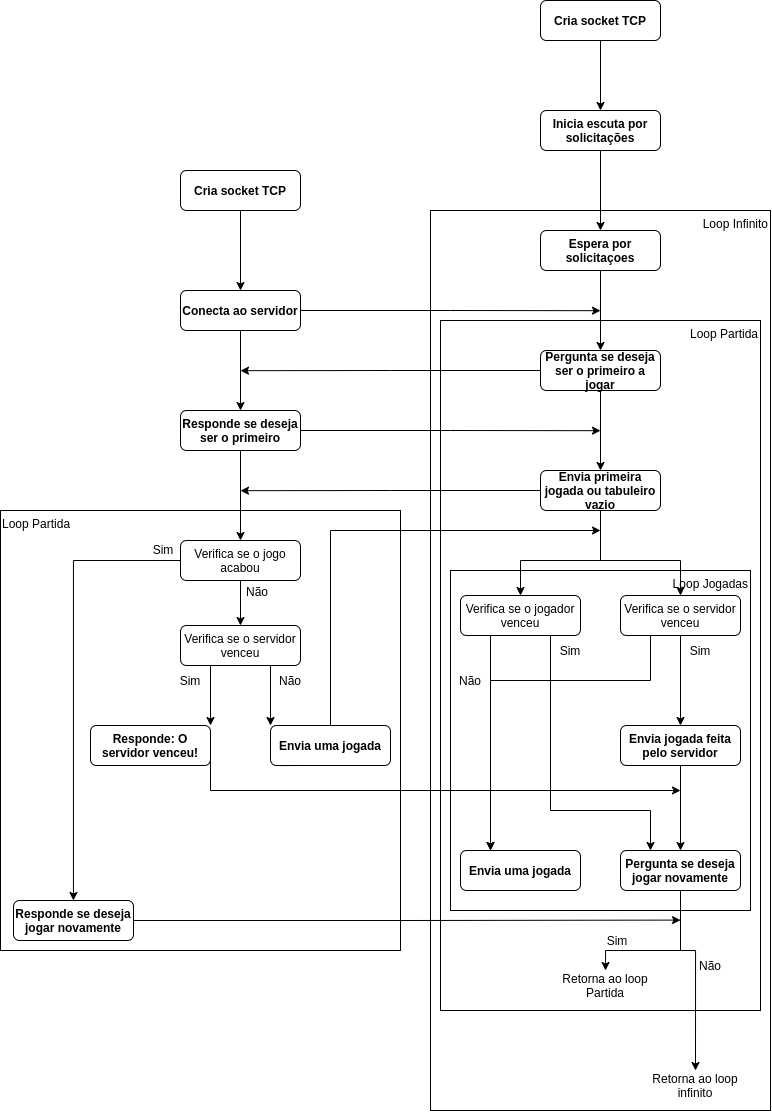
Before: protocolo.drawio.png, a diagram exported from draw.io (jumidlej/jogo-da-velha). Source tidied: cells renumbered, new cells last; positions are measured from the earlier drawing's top-left corner, leaving out a move shared by most shapes.
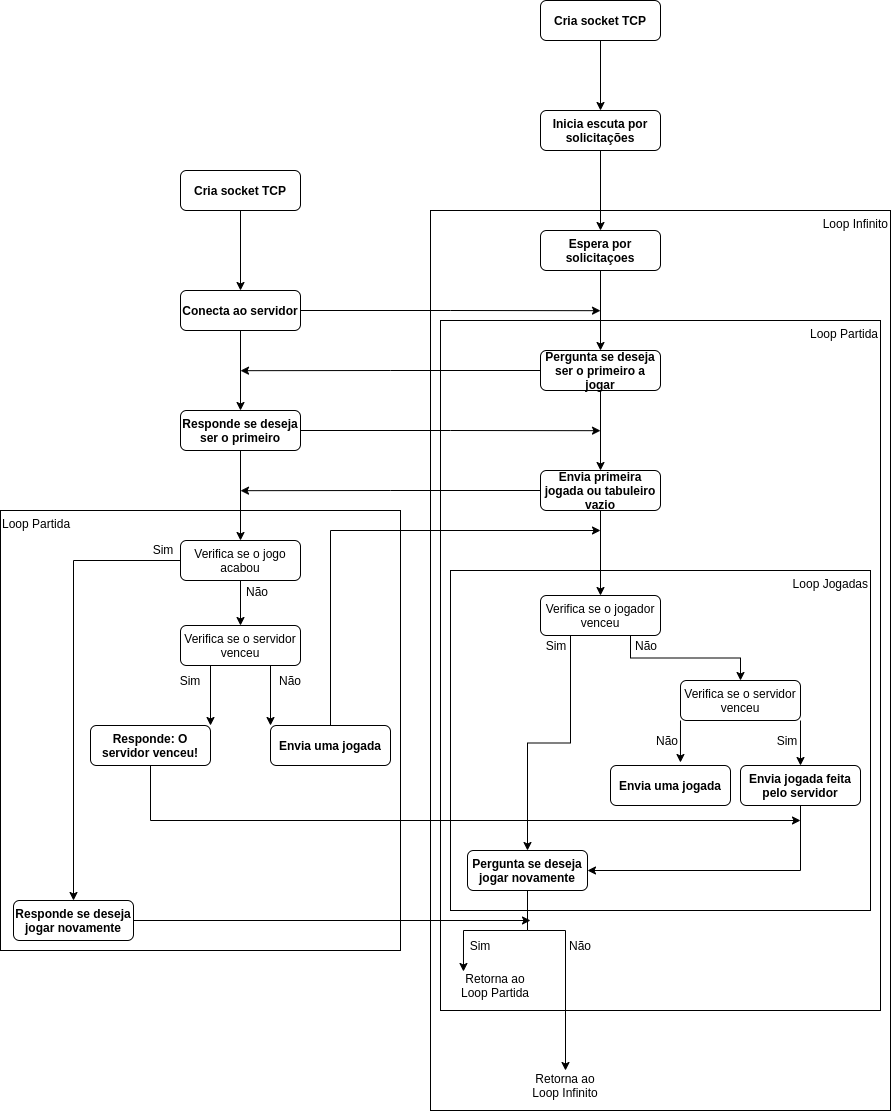
Later version of the same file.

Change to the diagram source:
```diff
@@ -15,13 +15,13 @@
       <mxGeometry x="540" y="110" width="120" height="40" as="geometry" />
     </mxCell>
     <mxCell id="6" value="Loop Infinito" style="rounded=0;whiteSpace=wrap;html=1;fontSize=12;glass=0;strokeWidth=1;shadow=0;align=right;verticalAlign=top;" parent="1" vertex="1">
-      <mxGeometry x="430" y="210" width="340" height="900" as="geometry" />
+      <mxGeometry x="430" y="210" width="460" height="900" as="geometry" />
     </mxCell>
     <mxCell id="7" value="Espera por solicitaçoes" style="rounded=1;whiteSpace=wrap;html=1;fontSize=12;glass=0;strokeWidth=1;shadow=0;fontStyle=1;" parent="1" vertex="1">
       <mxGeometry x="540" y="230" width="120" height="40" as="geometry" />
     </mxCell>
     <mxCell id="8" value="Loop Partida" style="rounded=0;whiteSpace=wrap;html=1;align=right;verticalAlign=top;" parent="1" vertex="1">
-      <mxGeometry x="440" y="320" width="320" height="690" as="geometry" />
+      <mxGeometry x="440" y="320" width="440" height="690" as="geometry" />
     </mxCell>
     <mxCell id="9" style="edgeStyle=orthogonalEdgeStyle;rounded=0;jettySize=auto;html=1;exitX=0.5;exitY=1;exitDx=0;exitDy=0;" parent="1" edge="1" source="11" target="16">
       <mxGeometry relative="1" as="geometry" />
@@ -54,7 +54,7 @@
       <mxGeometry x="540" y="470" width="120" height="40" as="geometry" />
     </mxCell>
     <mxCell id="17" value="Loop Jogadas" style="rounded=0;whiteSpace=wrap;html=1;align=right;verticalAlign=top;" parent="1" vertex="1">
-      <mxGeometry x="450" y="570" width="300" height="340" as="geometry" />
+      <mxGeometry x="450" y="570" width="420" height="340" as="geometry" />
     </mxCell>
     <mxCell id="18" style="edgeStyle=orthogonalEdgeStyle;rounded=0;jettySize=auto;html=1;exitX=0.75;exitY=1;exitDx=0;exitDy=0;entryX=0;entryY=0;entryDx=0;entryDy=0;" parent="1" edge="1" source="20" target="47">
       <mxGeometry relative="1" as="geometry" />
@@ -66,69 +66,54 @@
       <mxGeometry x="180" y="625" width="120" height="40" as="geometry" />
     </mxCell>
     <mxCell id="21" value="Envia uma jogada" style="rounded=1;whiteSpace=wrap;html=1;fontSize=12;glass=0;strokeWidth=1;shadow=0;fontStyle=1;" parent="1" vertex="1">
-      <mxGeometry x="460" y="850" width="120" height="40" as="geometry" />
+      <mxGeometry x="610" y="765" width="120" height="40" as="geometry" />
     </mxCell>
+    <mxCell id="63" style="edgeStyle=orthogonalEdgeStyle;rounded=0;jettySize=auto;html=1;exitX=0.75;exitY=1;exitDx=0;exitDy=0;entryX=0.5;entryY=0;entryDx=0;entryDy=0;" parent="1" edge="1" source="24" target="27">
+      <mxGeometry relative="1" as="geometry" />
+    </mxCell>
-    <mxCell id="22" style="rounded=0;jettySize=auto;html=1;exitX=0.75;exitY=1;exitDx=0;exitDy=0;entryX=0.25;entryY=0;entryDx=0;entryDy=0;edgeStyle=orthogonalEdgeStyle;" parent="1" edge="1" source="24" target="32">
-      <mxGeometry relative="1" as="geometry">
-        <Array as="points">
-          <mxPoint x="550" y="810" />
-          <mxPoint x="650" y="810" />
-        </Array>
-      </mxGeometry>
+    <mxCell id="22" style="edgeStyle=orthogonalEdgeStyle;rounded=0;jettySize=auto;html=1;exitX=0.25;exitY=1;exitDx=0;exitDy=0;" parent="1" edge="1" source="24" target="32">
+      <mxGeometry relative="1" as="geometry" />
     </mxCell>
-    <mxCell id="23" style="edgeStyle=none;rounded=0;jettySize=auto;html=1;exitX=0.25;exitY=1;exitDx=0;exitDy=0;entryX=0.25;entryY=0;entryDx=0;entryDy=0;" parent="1" edge="1" source="24" target="21">
-      <mxGeometry relative="1" as="geometry" />
-    </mxCell>
     <mxCell id="24" value="Verifica se o jogador venceu" style="rounded=1;whiteSpace=wrap;html=1;fontSize=12;glass=0;strokeWidth=1;shadow=0;" parent="1" vertex="1">
-      <mxGeometry x="460" y="595" width="120" height="40" as="geometry" />
+      <mxGeometry x="540" y="595" width="120" height="40" as="geometry" />
     </mxCell>
-    <mxCell id="25" style="edgeStyle=orthogonalEdgeStyle;rounded=0;jettySize=auto;html=1;exitX=0.5;exitY=1;exitDx=0;exitDy=0;" parent="1" edge="1" source="27" target="29">
+    <mxCell id="25" style="edgeStyle=orthogonalEdgeStyle;rounded=0;jettySize=auto;html=1;exitX=1;exitY=1;exitDx=0;exitDy=0;entryX=0.5;entryY=0;entryDx=0;entryDy=0;" parent="1" edge="1" source="27" target="29">
       <mxGeometry relative="1" as="geometry" />
     </mxCell>
-    <mxCell id="26" style="edgeStyle=orthogonalEdgeStyle;rounded=0;jettySize=auto;html=1;exitX=0.25;exitY=1;exitDx=0;exitDy=0;entryX=0.25;entryY=0;entryDx=0;entryDy=0;" parent="1" edge="1" source="27" target="21">
-      <mxGeometry relative="1" as="geometry">
-        <Array as="points">
-          <mxPoint x="650" y="680" />
-          <mxPoint x="490" y="680" />
-        </Array>
-      </mxGeometry>
+    <mxCell id="26" style="edgeStyle=orthogonalEdgeStyle;rounded=0;jettySize=auto;html=1;exitX=0;exitY=1;exitDx=0;exitDy=0;entryX=0.583;entryY=-0.075;entryDx=0;entryDy=0;entryPerimeter=0;" parent="1" edge="1" source="27" target="21">
+      <mxGeometry relative="1" as="geometry" />
     </mxCell>
     <mxCell id="27" value="Verifica se o servidor venceu" style="rounded=1;whiteSpace=wrap;html=1;fontSize=12;glass=0;strokeWidth=1;shadow=0;" parent="1" vertex="1">
-      <mxGeometry x="620" y="595" width="120" height="40" as="geometry" />
+      <mxGeometry x="680" y="680" width="120" height="40" as="geometry" />
     </mxCell>
-    <mxCell id="28" style="edgeStyle=orthogonalEdgeStyle;rounded=0;jettySize=auto;html=1;exitX=0.5;exitY=1;exitDx=0;exitDy=0;entryX=0.5;entryY=0;entryDx=0;entryDy=0;" parent="1" edge="1" source="29" target="32">
+    <mxCell id="28" style="edgeStyle=orthogonalEdgeStyle;rounded=0;jettySize=auto;html=1;exitX=0.5;exitY=1;exitDx=0;exitDy=0;entryX=1;entryY=0.5;entryDx=0;entryDy=0;" parent="1" edge="1" source="29" target="32">
       <mxGeometry relative="1" as="geometry" />
     </mxCell>
     <mxCell id="29" value="Envia jogada feita pelo servidor" style="rounded=1;whiteSpace=wrap;html=1;fontSize=12;glass=0;strokeWidth=1;shadow=0;fontStyle=1;" parent="1" vertex="1">
-      <mxGeometry x="620" y="725" width="120" height="40" as="geometry" />
+      <mxGeometry x="740" y="765" width="120" height="40" as="geometry" />
     </mxCell>
-    <mxCell id="30" style="edgeStyle=orthogonalEdgeStyle;rounded=0;jettySize=auto;html=1;exitX=0.5;exitY=1;exitDx=0;exitDy=0;entryX=0.5;entryY=0;entryDx=0;entryDy=0;" parent="1" edge="1" source="32" target="57">
-      <mxGeometry relative="1" as="geometry">
-        <Array as="points">
-          <mxPoint x="680" y="950" />
-          <mxPoint x="605" y="950" />
-        </Array>
-      </mxGeometry>
+    <mxCell id="30" style="edgeStyle=orthogonalEdgeStyle;rounded=0;jettySize=auto;html=1;exitX=0.5;exitY=1;exitDx=0;exitDy=0;entryX=0.144;entryY=0.033;entryDx=0;entryDy=0;entryPerimeter=0;" parent="1" edge="1" source="32" target="57">
+      <mxGeometry relative="1" as="geometry" />
     </mxCell>
     <mxCell id="31" style="edgeStyle=orthogonalEdgeStyle;rounded=0;jettySize=auto;html=1;exitX=0.5;exitY=1;exitDx=0;exitDy=0;entryX=0.5;entryY=0;entryDx=0;entryDy=0;" parent="1" edge="1" source="32" target="58">
       <mxGeometry relative="1" as="geometry">
         <Array as="points">
-          <mxPoint x="680" y="950" />
-          <mxPoint x="695" y="950" />
+          <mxPoint x="527" y="930" />
+          <mxPoint x="565" y="930" />
         </Array>
       </mxGeometry>
     </mxCell>
     <mxCell id="32" value="Pergunta se deseja jogar novamente" style="rounded=1;whiteSpace=wrap;html=1;fontSize=12;glass=0;strokeWidth=1;shadow=0;fontStyle=1;" parent="1" vertex="1">
-      <mxGeometry x="620" y="850" width="120" height="40" as="geometry" />
+      <mxGeometry x="467" y="850" width="120" height="40" as="geometry" />
     </mxCell>
-    <mxCell id="33" style="edgeStyle=orthogonalEdgeStyle;rounded=0;jettySize=auto;html=1;exitX=1;exitY=0.5;exitDx=0;exitDy=0;" parent="1" edge="1" source="34">
-      <mxGeometry relative="1" as="geometry">
-        <mxPoint x="680" y="790" as="targetPoint" />
-        <Array as="points">
-          <mxPoint x="210" y="790" />
-        </Array>
-      </mxGeometry>
-    </mxCell>
+    <mxCell id="64" style="edgeStyle=orthogonalEdgeStyle;rounded=0;jettySize=auto;html=1;exitX=0.5;exitY=1;exitDx=0;exitDy=0;" parent="1" edge="1" source="34">
+      <mxGeometry relative="1" as="geometry">
+        <mxPoint x="800" y="820" as="targetPoint" />
+        <Array as="points">
+          <mxPoint x="150" y="820" />
+        </Array>
+      </mxGeometry>
+    </mxCell>
     <mxCell id="34" value="Responde: O servidor venceu!" style="rounded=1;whiteSpace=wrap;html=1;fontSize=12;glass=0;strokeWidth=1;shadow=0;fontStyle=1;" parent="1" vertex="1">
       <mxGeometry x="90" y="725" width="120" height="40" as="geometry" />
     </mxCell>
@@ -149,30 +134,14 @@
     <mxCell id="39" style="edgeStyle=orthogonalEdgeStyle;rounded=0;jettySize=auto;html=1;exitX=0.5;exitY=1;exitDx=0;exitDy=0;" parent="1" edge="1" source="7" target="11">
       <mxGeometry relative="1" as="geometry" />
     </mxCell>
-    <mxCell id="40" style="edgeStyle=orthogonalEdgeStyle;rounded=0;jettySize=auto;html=1;exitX=0.5;exitY=1;exitDx=0;exitDy=0;entryX=0.5;entryY=0;entryDx=0;entryDy=0;" parent="1" edge="1" source="16" target="24">
-      <mxGeometry relative="1" as="geometry">
-        <Array as="points">
-          <mxPoint x="600" y="560" />
-          <mxPoint x="520" y="560" />
-        </Array>
-      </mxGeometry>
-    </mxCell>
-    <mxCell id="41" style="edgeStyle=orthogonalEdgeStyle;rounded=0;jettySize=auto;html=1;exitX=0.5;exitY=1;exitDx=0;exitDy=0;" parent="1" edge="1" source="16" target="27">
-      <mxGeometry relative="1" as="geometry">
-        <Array as="points">
-          <mxPoint x="600" y="560" />
-          <mxPoint x="680" y="560" />
-        </Array>
-      </mxGeometry>
-    </mxCell>
     <mxCell id="42" value="Sim" style="text;html=1;strokeColor=none;fillColor=none;align=center;verticalAlign=middle;whiteSpace=wrap;rounded=0;" parent="1" vertex="1">
-      <mxGeometry x="540" y="635" width="60" height="30" as="geometry" />
+      <mxGeometry x="526" y="630" width="60" height="30" as="geometry" />
     </mxCell>
     <mxCell id="43" value="Sim" style="text;html=1;strokeColor=none;fillColor=none;align=center;verticalAlign=middle;whiteSpace=wrap;rounded=0;" parent="1" vertex="1">
-      <mxGeometry x="670" y="635" width="60" height="30" as="geometry" />
+      <mxGeometry x="757" y="725" width="60" height="30" as="geometry" />
     </mxCell>
     <mxCell id="44" value="Não" style="text;html=1;strokeColor=none;fillColor=none;align=center;verticalAlign=middle;whiteSpace=wrap;rounded=0;" parent="1" vertex="1">
-      <mxGeometry x="440" y="665" width="60" height="30" as="geometry" />
+      <mxGeometry x="616" y="630" width="60" height="30" as="geometry" />
     </mxCell>
     <mxCell id="45" style="edgeStyle=orthogonalEdgeStyle;rounded=0;jettySize=auto;html=1;exitX=0.25;exitY=1;exitDx=0;exitDy=0;" parent="1" edge="1" source="47">
       <mxGeometry relative="1" as="geometry">
@@ -205,11 +174,11 @@
     <mxCell id="52" value="Verifica se o jogo acabou" style="rounded=1;whiteSpace=wrap;html=1;fontSize=12;glass=0;strokeWidth=1;shadow=0;" parent="1" vertex="1">
       <mxGeometry x="180" y="540" width="120" height="40" as="geometry" />
     </mxCell>
-    <mxCell id="53" style="edgeStyle=orthogonalEdgeStyle;rounded=0;jettySize=auto;html=1;exitX=1;exitY=0.5;exitDx=0;exitDy=0;" parent="1" edge="1" source="54">
-      <mxGeometry relative="1" as="geometry">
-        <mxPoint x="680" y="919.6" as="targetPoint" />
-      </mxGeometry>
-    </mxCell>
+    <mxCell id="65" style="edgeStyle=orthogonalEdgeStyle;rounded=0;jettySize=auto;html=1;exitX=1;exitY=0.5;exitDx=0;exitDy=0;" parent="1" edge="1" source="54">
+      <mxGeometry relative="1" as="geometry">
+        <mxPoint x="530" y="920" as="targetPoint" />
+      </mxGeometry>
+    </mxCell>
     <mxCell id="54" value="Responde se deseja jogar novamente" style="rounded=1;whiteSpace=wrap;html=1;fontSize=12;glass=0;strokeWidth=1;shadow=0;fontStyle=1;" parent="1" vertex="1">
       <mxGeometry x="13" y="900" width="120" height="40" as="geometry" />
     </mxCell>
@@ -219,17 +188,17 @@
     <mxCell id="56" value="Não" style="text;html=1;strokeColor=none;fillColor=none;align=center;verticalAlign=middle;whiteSpace=wrap;rounded=0;" parent="1" vertex="1">
       <mxGeometry x="227" y="576" width="60" height="30" as="geometry" />
     </mxCell>
-    <mxCell id="57" value="Retorna ao loop Partida" style="text;html=1;strokeColor=none;fillColor=none;align=center;verticalAlign=middle;whiteSpace=wrap;rounded=0;" parent="1" vertex="1">
-      <mxGeometry x="560" y="970" width="90" height="30" as="geometry" />
+    <mxCell id="57" value="Retorna ao Loop Partida" style="text;html=1;strokeColor=none;fillColor=none;align=center;verticalAlign=middle;whiteSpace=wrap;rounded=0;" parent="1" vertex="1">
+      <mxGeometry x="450" y="970" width="90" height="30" as="geometry" />
     </mxCell>
-    <mxCell id="58" value="Retorna ao loop infinito" style="text;html=1;strokeColor=none;fillColor=none;align=center;verticalAlign=middle;whiteSpace=wrap;rounded=0;" parent="1" vertex="1">
-      <mxGeometry x="650" y="1070" width="90" height="30" as="geometry" />
+    <mxCell id="58" value="Retorna ao Loop Infinito" style="text;html=1;strokeColor=none;fillColor=none;align=center;verticalAlign=middle;whiteSpace=wrap;rounded=0;" parent="1" vertex="1">
+      <mxGeometry x="520" y="1070" width="90" height="30" as="geometry" />
     </mxCell>
     <mxCell id="59" value="Sim" style="text;html=1;strokeColor=none;fillColor=none;align=center;verticalAlign=middle;whiteSpace=wrap;rounded=0;" parent="1" vertex="1">
-      <mxGeometry x="587" y="925" width="60" height="30" as="geometry" />
+      <mxGeometry x="450" y="930" width="60" height="30" as="geometry" />
     </mxCell>
     <mxCell id="60" value="Não" style="text;html=1;strokeColor=none;fillColor=none;align=center;verticalAlign=middle;whiteSpace=wrap;rounded=0;" parent="1" vertex="1">
-      <mxGeometry x="680" y="950" width="60" height="30" as="geometry" />
+      <mxGeometry x="550" y="930" width="60" height="30" as="geometry" />
     </mxCell>
     <mxCell id="61" style="edgeStyle=orthogonalEdgeStyle;rounded=0;jettySize=auto;html=1;exitX=0.5;exitY=1;exitDx=0;exitDy=0;" parent="1" edge="1" source="62" target="38">
       <mxGeometry relative="1" as="geometry" />
@@ -237,5 +206,11 @@
     <mxCell id="62" value="Cria socket TCP" style="rounded=1;whiteSpace=wrap;html=1;fontSize=12;glass=0;strokeWidth=1;shadow=0;fontStyle=1;" parent="1" vertex="1">
       <mxGeometry x="180" y="170" width="120" height="40" as="geometry" />
     </mxCell>
+    <mxCell id="40" style="edgeStyle=orthogonalEdgeStyle;rounded=0;jettySize=auto;html=1;exitX=0.5;exitY=1;exitDx=0;exitDy=0;" parent="1" edge="1" source="16" target="24">
+      <mxGeometry relative="1" as="geometry" />
+    </mxCell>
+    <mxCell id="66" value="Não" style="text;html=1;strokeColor=none;fillColor=none;align=center;verticalAlign=middle;whiteSpace=wrap;rounded=0;" parent="1" vertex="1">
+      <mxGeometry x="637" y="725" width="60" height="30" as="geometry" />
+    </mxCell>
   </root>
 </mxGraphModel>
```
